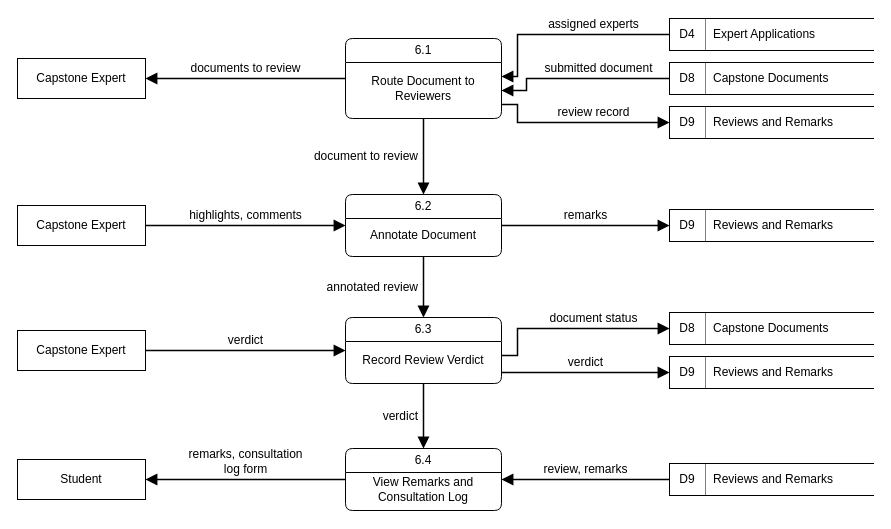
Above: docs/diagrams/09-dfd-level-1-6-review-annotate-documents.drawio in M21thony/capstrack (draw.io), before the change. Source tidied: cells renumbered, new cells numbered last; positions are measured from the earlier drawing's top-left corner, leaving out a move shared by most shapes. Both pictures are drawn from the tidied source at 100%, with x=0, y=0 at pixel (17, 18).
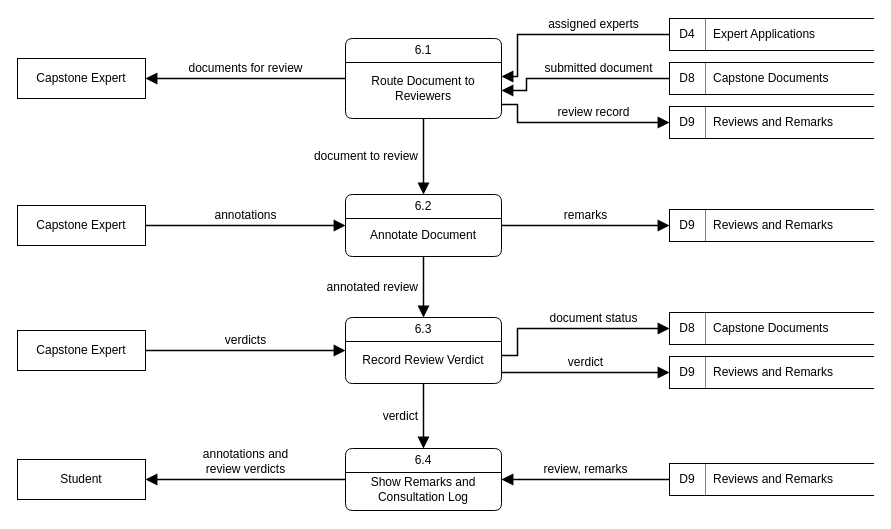
After the change.

Unchanged cells that the change refers to:
```xml
<mxCell id="2" value="Capstone Expert" style="rounded=0;whiteSpace=wrap;html=1;fillColor=#ffffff;fontSize=12;strokeColor=#000000;fontFamily=Helvetica;fontColor=#000000;" parent="1" vertex="1">
  <mxGeometry y="40" width="128" height="40" as="geometry" />
</mxCell>
<mxCell id="12" value="6.1" style="swimlane;shape=swimlane;rounded=1;arcSize=10;startSize=24;html=1;whiteSpace=wrap;fillColor=#ffffff;swimlaneFillColor=#ffffff;fontStyle=0;fontSize=12;strokeColor=#000000;fontFamily=Helvetica;fontColor=#000000;" parent="1" vertex="1">
  <mxGeometry x="328" y="20" width="156" height="80" as="geometry" />
</mxCell>
<mxCell id="18" value="Capstone Expert" style="rounded=0;whiteSpace=wrap;html=1;fillColor=#ffffff;fontSize=12;strokeColor=#000000;fontFamily=Helvetica;fontColor=#000000;" parent="1" vertex="1">
  <mxGeometry y="187" width="128" height="40" as="geometry" />
</mxCell>
<mxCell id="22" value="6.2" style="swimlane;shape=swimlane;rounded=1;arcSize=10;startSize=24;html=1;whiteSpace=wrap;fillColor=#ffffff;swimlaneFillColor=#ffffff;fontStyle=0;fontSize=12;strokeColor=#000000;fontFamily=Helvetica;fontColor=#000000;" parent="1" vertex="1">
  <mxGeometry x="328" y="176" width="156" height="62" as="geometry" />
</mxCell>
<mxCell id="26" value="Capstone Expert" style="rounded=0;whiteSpace=wrap;html=1;fillColor=#ffffff;fontSize=12;strokeColor=#000000;fontFamily=Helvetica;fontColor=#000000;" parent="1" vertex="1">
  <mxGeometry y="312" width="128" height="40" as="geometry" />
</mxCell>
<mxCell id="33" value="6.3" style="swimlane;shape=swimlane;rounded=1;arcSize=10;startSize=24;html=1;whiteSpace=wrap;fillColor=#ffffff;swimlaneFillColor=#ffffff;fontStyle=0;fontSize=12;strokeColor=#000000;fontFamily=Helvetica;fontColor=#000000;" parent="1" vertex="1">
  <mxGeometry x="328" y="299" width="156" height="66" as="geometry" />
</mxCell>
<mxCell id="38" value="Student" style="rounded=0;whiteSpace=wrap;html=1;fillColor=#ffffff;fontSize=12;strokeColor=#000000;fontFamily=Helvetica;fontColor=#000000;" parent="1" vertex="1">
  <mxGeometry y="441" width="128" height="40" as="geometry" />
</mxCell>
<mxCell id="42" value="6.4" style="swimlane;shape=swimlane;rounded=1;arcSize=10;startSize=24;html=1;whiteSpace=wrap;fillColor=#ffffff;swimlaneFillColor=#ffffff;fontStyle=0;fontSize=12;strokeColor=#000000;fontFamily=Helvetica;fontColor=#000000;" parent="1" vertex="1">
  <mxGeometry x="328" y="430" width="156" height="62" as="geometry" />
</mxCell>
```

The edit, as a diff of the source:
```diff
@@
-    <mxCell id="14" value="documents to review" style="edgeStyle=orthogonalEdgeStyle;rounded=0;html=1;endArrow=block;endFill=1;endSize=8;strokeWidth=1.5;startArrow=none;strokeColor=#000000;fontFamily=Helvetica;fontColor=#000000;fontSize=12;labelBackgroundColor=#ffffff;verticalAlign=bottom;exitX=0;exitY=0.5;exitDx=0;exitDy=0;entryX=1;entryY=0.5;entryDx=0;entryDy=0;" parent="1" edge="1" source="12" target="2">
+    <mxCell id="14" value="documents for review" style="edgeStyle=orthogonalEdgeStyle;rounded=0;html=1;endArrow=block;endFill=1;endSize=8;strokeWidth=1.5;startArrow=none;strokeColor=#000000;fontFamily=Helvetica;fontColor=#000000;fontSize=12;labelBackgroundColor=#ffffff;verticalAlign=bottom;exitX=0;exitY=0.5;exitDx=0;exitDy=0;entryX=1;entryY=0.5;entryDx=0;entryDy=0;" parent="1" edge="1" source="12" target="2">
       <mxGeometry relative="1" as="geometry">
         <mxPoint y="-1" as="offset" />
       </mxGeometry>
     </mxCell>
@@
-    <mxCell id="24" value="highlights, comments" style="edgeStyle=orthogonalEdgeStyle;rounded=0;html=1;endArrow=block;endFill=1;endSize=8;strokeWidth=1.5;startArrow=none;strokeColor=#000000;fontFamily=Helvetica;fontColor=#000000;fontSize=12;labelBackgroundColor=#ffffff;verticalAlign=bottom;exitX=1;exitY=0.5;exitDx=0;exitDy=0;entryX=0;entryY=0.5;entryDx=0;entryDy=0;" parent="1" edge="1" source="18" target="22">
+    <mxCell id="24" value="annotations" style="edgeStyle=orthogonalEdgeStyle;rounded=0;html=1;endArrow=block;endFill=1;endSize=8;strokeWidth=1.5;startArrow=none;strokeColor=#000000;fontFamily=Helvetica;fontColor=#000000;fontSize=12;labelBackgroundColor=#ffffff;verticalAlign=bottom;exitX=1;exitY=0.5;exitDx=0;exitDy=0;entryX=0;entryY=0.5;entryDx=0;entryDy=0;" parent="1" edge="1" source="18" target="22">
       <mxGeometry relative="1" as="geometry">
         <mxPoint y="-1" as="offset" />
       </mxGeometry>
     </mxCell>
@@
-    <mxCell id="35" value="verdict" style="edgeStyle=orthogonalEdgeStyle;rounded=0;html=1;endArrow=block;endFill=1;endSize=8;strokeWidth=1.5;startArrow=none;strokeColor=#000000;fontFamily=Helvetica;fontColor=#000000;fontSize=12;labelBackgroundColor=#ffffff;verticalAlign=bottom;exitX=1;exitY=0.5;exitDx=0;exitDy=0;entryX=0;entryY=0.5;entryDx=0;entryDy=0;" parent="1" edge="1" source="26" target="33">
+    <mxCell id="35" value="verdicts" style="edgeStyle=orthogonalEdgeStyle;rounded=0;html=1;endArrow=block;endFill=1;endSize=8;strokeWidth=1.5;startArrow=none;strokeColor=#000000;fontFamily=Helvetica;fontColor=#000000;fontSize=12;labelBackgroundColor=#ffffff;verticalAlign=bottom;exitX=1;exitY=0.5;exitDx=0;exitDy=0;entryX=0;entryY=0.5;entryDx=0;entryDy=0;" parent="1" edge="1" source="26" target="33">
       <mxGeometry relative="1" as="geometry">
         <mxPoint y="-1" as="offset" />
       </mxGeometry>
     </mxCell>
@@
-    <mxCell id="43" value="View Remarks and Consultation Log" style="text;html=1;strokeColor=none;fillColor=none;align=center;verticalAlign=middle;whiteSpace=wrap;fontSize=12;fontFamily=Helvetica;fontColor=#000000;" parent="42" vertex="1">
+    <mxCell id="43" value="Show Remarks and Consultation Log" style="text;html=1;strokeColor=none;fillColor=none;align=center;verticalAlign=middle;whiteSpace=wrap;fontSize=12;fontFamily=Helvetica;fontColor=#000000;" parent="42" vertex="1">
       <mxGeometry x="6" y="24" width="144" height="34" as="geometry" />
     </mxCell>
-    <mxCell id="44" value="remarks, consultation&lt;br&gt;log form" style="edgeStyle=orthogonalEdgeStyle;rounded=0;html=1;endArrow=block;endFill=1;endSize=8;strokeWidth=1.5;startArrow=none;strokeColor=#000000;fontFamily=Helvetica;fontColor=#000000;fontSize=12;labelBackgroundColor=#ffffff;verticalAlign=bottom;exitX=0;exitY=0.5;exitDx=0;exitDy=0;entryX=1;entryY=0.5;entryDx=0;entryDy=0;" parent="1" edge="1" source="42" target="38">
+    <mxCell id="44" value="annotations and&lt;br&gt;review verdicts" style="edgeStyle=orthogonalEdgeStyle;rounded=0;html=1;endArrow=block;endFill=1;endSize=8;strokeWidth=1.5;startArrow=none;strokeColor=#000000;fontFamily=Helvetica;fontColor=#000000;fontSize=12;labelBackgroundColor=#ffffff;verticalAlign=bottom;exitX=0;exitY=0.5;exitDx=0;exitDy=0;entryX=1;entryY=0.5;entryDx=0;entryDy=0;" parent="1" edge="1" source="42" target="38">
       <mxGeometry relative="1" as="geometry">
         <mxPoint y="-1" as="offset" />
       </mxGeometry>
     </mxCell>
```
